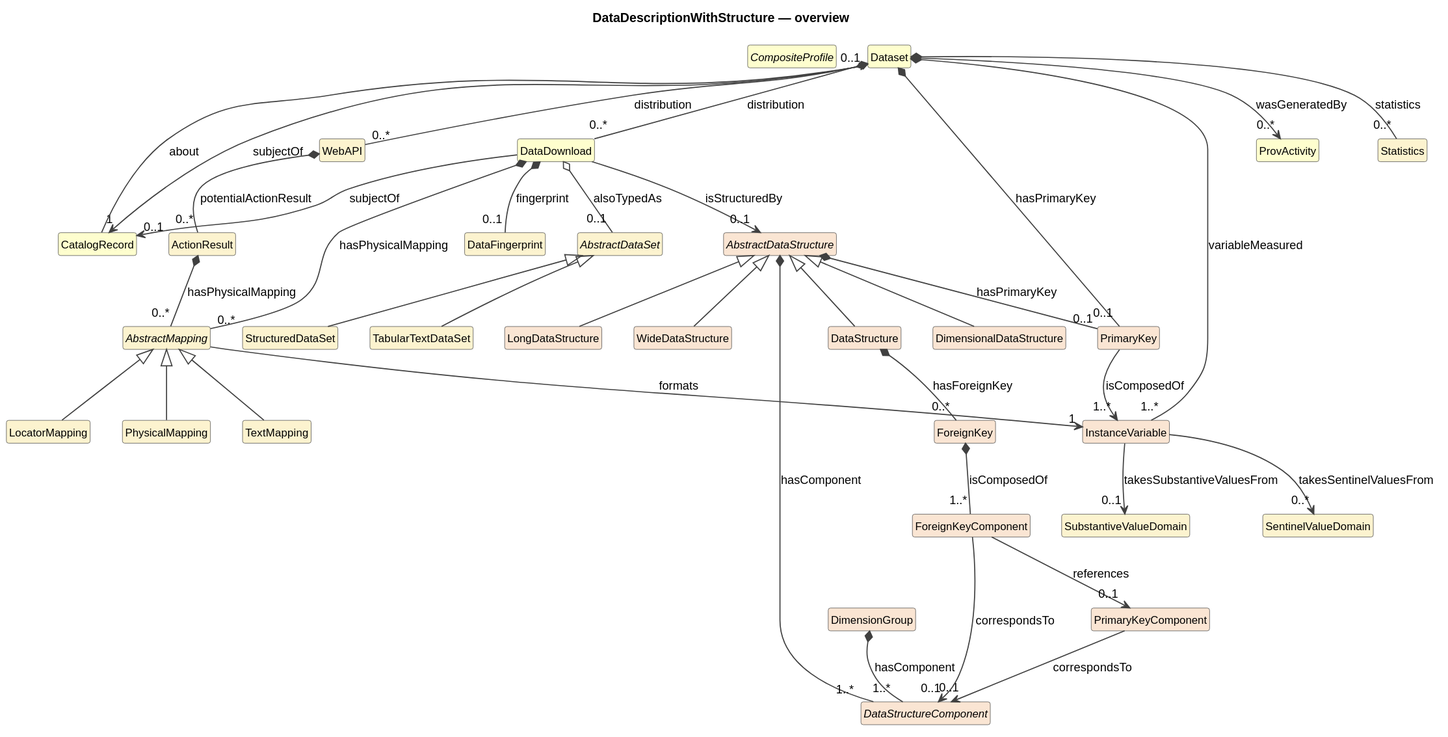
Before: cdif-uml-model/_plantuml/dataDescriptionWithStructure/index.local.svg, a diagram exported from PlantUML (Cross-Domain-Interoperability-Framework/metadataBuildingBlocks).
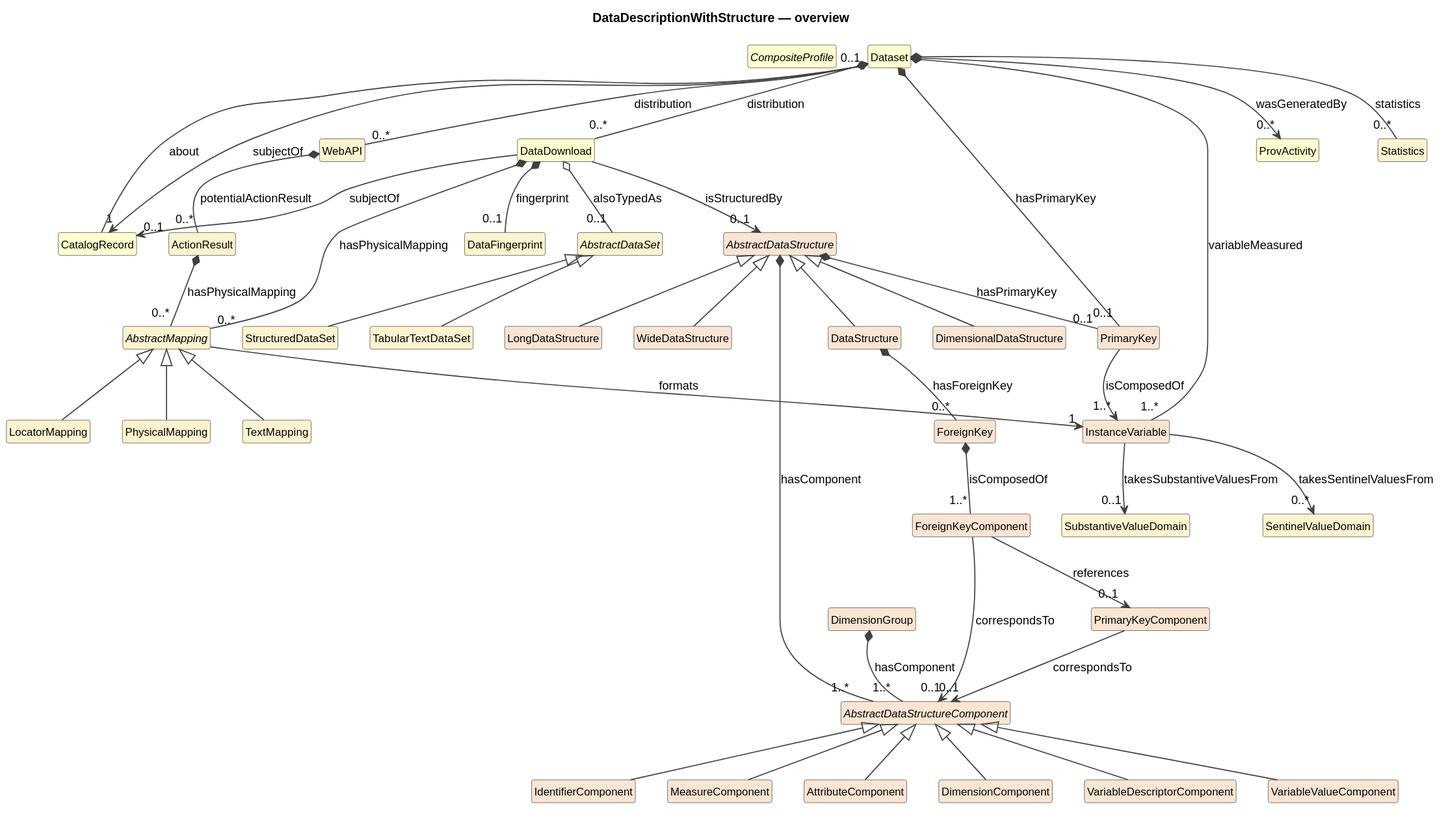
Above is the later version.

The edit, as a diff of the source:
```diff
@@ -30,7 +30,13 @@
 class "Statistics" as Statistics #FCF3CF
 class "SubstantiveValueDomain" as SubstantiveValueDomain #FCF3CF
 class "SentinelValueDomain" as SentinelValueDomain #FCF3CF
-abstract class "DataStructureComponent" as DataStructureComponent #FAE5D3
+abstract class "AbstractDataStructureComponent" as AbstractDataStructureComponent #FAE5D3
+class "IdentifierComponent" as IdentifierComponent #FAE5D3
+class "MeasureComponent" as MeasureComponent #FAE5D3
+class "AttributeComponent" as AttributeComponent #FAE5D3
+class "DimensionComponent" as DimensionComponent #FAE5D3
+class "VariableDescriptorComponent" as VariableDescriptorComponent #FAE5D3
+class "VariableValueComponent" as VariableValueComponent #FAE5D3
 abstract class "AbstractDataStructure" as AbstractDataStructure #FAE5D3
 class "DataStructure" as DataStructure #FAE5D3
 class "DimensionalDataStructure" as DimensionalDataStructure #FAE5D3
@@ -45,6 +51,12 @@
 AbstractMapping <|-- LocatorMapping
 AbstractDataSet <|-- TabularTextDataSet
 AbstractDataSet <|-- StructuredDataSet
+AbstractDataStructureComponent <|-- IdentifierComponent
+AbstractDataStructureComponent <|-- MeasureComponent
+AbstractDataStructureComponent <|-- AttributeComponent
+AbstractDataStructureComponent <|-- DimensionComponent
+AbstractDataStructureComponent <|-- VariableDescriptorComponent
+AbstractDataStructureComponent <|-- VariableValueComponent
 AbstractDataStructure <|-- DataStructure
 AbstractDataStructure <|-- DimensionalDataStructure
 AbstractDataStructure <|-- LongDataStructure
@@ -68,12 +80,12 @@
 InstanceVariable --> "0..*" SentinelValueDomain : takesSentinelValuesFrom
 AbstractMapping --> "1" InstanceVariable : formats
 PrimaryKey --> "1..*" InstanceVariable : isComposedOf
-AbstractDataStructure *-- "1..*" DataStructureComponent : hasComponent
+AbstractDataStructure *-- "1..*" AbstractDataStructureComponent : hasComponent
 AbstractDataStructure *-- "0..1" PrimaryKey : hasPrimaryKey
 DataStructure *-- "0..*" ForeignKey : hasForeignKey
-DimensionGroup *-- "1..*" DataStructureComponent : hasComponent
-PrimaryKeyComponent --> "0..1" DataStructureComponent : correspondsTo
+DimensionGroup *-- "1..*" AbstractDataStructureComponent : hasComponent
+PrimaryKeyComponent --> "0..1" AbstractDataStructureComponent : correspondsTo
 ForeignKey *-- "1..*" ForeignKeyComponent : isComposedOf
 ForeignKeyComponent --> "0..1" PrimaryKeyComponent : references
-ForeignKeyComponent --> "0..1" DataStructureComponent : correspondsTo
+ForeignKeyComponent --> "0..1" AbstractDataStructureComponent : correspondsTo
 @enduml
```
